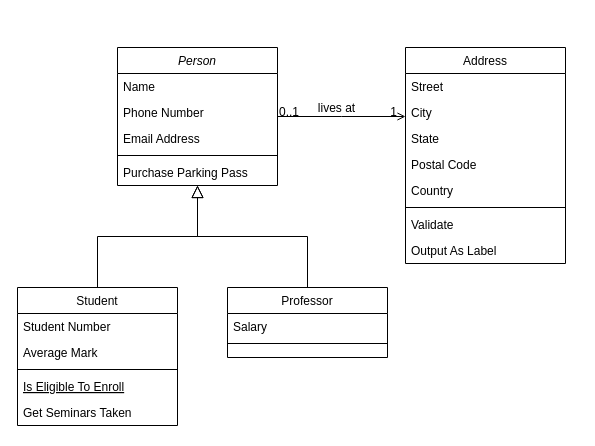
Earlier version of the draw.io diagram Untitled Diagram.drawio (arkonny/projet-c-esiea). Source tidied: cells renumbered, new cells numbered last; positions are measured from the earlier drawing's top-left corner, leaving out a move shared by most shapes. Both pictures are drawn from the tidied source at 100%, with x=0, y=0 at pixel (17, 47).
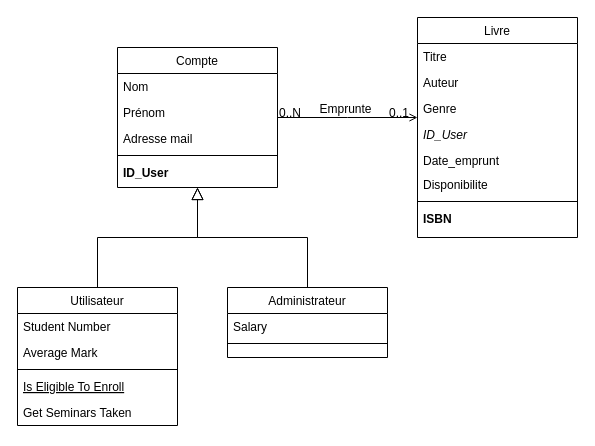
The same page after the edit.

Unchanged cells that the change refers to:
```xml
<mxCell id="28" style="endArrow=open;shadow=0;strokeWidth=1;rounded=0;endFill=1;edgeStyle=elbowEdgeStyle;elbow=vertical;" parent="1" edge="1" source="2" target="19">
  <mxGeometry x="0.5" y="41" relative="1" as="geometry">
    <mxPoint x="-40" y="32" as="offset" />
  </mxGeometry>
</mxCell>
```

Change to the diagram source:
```diff
@@
-    <mxCell id="2" value="Person" style="swimlane;fontStyle=2;align=center;verticalAlign=top;horizontal=1;startSize=26;rounded=0;shadow=0;strokeWidth=1;" parent="1" vertex="1">
-      <mxGeometry x="100" width="160" height="138" as="geometry" />
+    <mxCell id="2" value="Compte" style="swimlane;fontStyle=0;align=center;verticalAlign=top;horizontal=1;startSize=26;rounded=0;shadow=0;strokeWidth=1;" parent="1" vertex="1">
+      <mxGeometry x="100" width="160" height="140" as="geometry" />
     </mxCell>
-    <mxCell id="3" value="Name" style="text;align=left;verticalAlign=top;spacingLeft=4;spacingRight=4;overflow=hidden;" parent="2" vertex="1">
+    <mxCell id="3" value="Nom" style="text;align=left;verticalAlign=top;spacingLeft=4;spacingRight=4;overflow=hidden;" parent="2" vertex="1">
       <mxGeometry y="26" width="160" height="26" as="geometry" />
     </mxCell>
-    <mxCell id="4" value="Phone Number" style="text;align=left;verticalAlign=top;spacingLeft=4;spacingRight=4;overflow=hidden;rounded=0;shadow=0;html=0;" parent="2" vertex="1">
+    <mxCell id="4" value="Prénom" style="text;align=left;verticalAlign=top;spacingLeft=4;spacingRight=4;overflow=hidden;rounded=0;shadow=0;html=0;" parent="2" vertex="1">
       <mxGeometry y="52" width="160" height="26" as="geometry" />
     </mxCell>
-    <mxCell id="5" value="Email Address" style="text;align=left;verticalAlign=top;spacingLeft=4;spacingRight=4;overflow=hidden;rounded=0;shadow=0;html=0;" parent="2" vertex="1">
+    <mxCell id="5" value="Adresse mail" style="text;align=left;verticalAlign=top;spacingLeft=4;spacingRight=4;overflow=hidden;rounded=0;shadow=0;html=0;" parent="2" vertex="1">
       <mxGeometry y="78" width="160" height="26" as="geometry" />
     </mxCell>
@@
-    <mxCell id="7" value="Purchase Parking Pass" style="text;align=left;verticalAlign=top;spacingLeft=4;spacingRight=4;overflow=hidden;" parent="2" vertex="1">
+    <mxCell id="7" value="ID_User" style="text;align=left;verticalAlign=top;spacingLeft=4;spacingRight=4;overflow=hidden;fontStyle=1;" parent="2" vertex="1">
       <mxGeometry y="112" width="160" height="26" as="geometry" />
     </mxCell>
-    <mxCell id="8" value="Student" style="swimlane;fontStyle=0;align=center;verticalAlign=top;horizontal=1;startSize=26;rounded=0;shadow=0;strokeWidth=1;" parent="1" vertex="1">
+    <mxCell id="8" value="Utilisateur" style="swimlane;fontStyle=0;align=center;verticalAlign=top;horizontal=1;startSize=26;rounded=0;shadow=0;strokeWidth=1;" parent="1" vertex="1">
       <mxGeometry y="240" width="160" height="138" as="geometry" />
     </mxCell>
@@
-    <mxCell id="15" value="Professor" style="swimlane;fontStyle=0;align=center;verticalAlign=top;horizontal=1;startSize=26;rounded=0;shadow=0;strokeWidth=1;" parent="1" vertex="1">
+    <mxCell id="15" value="Administrateur" style="swimlane;fontStyle=0;align=center;verticalAlign=top;horizontal=1;startSize=26;rounded=0;shadow=0;strokeWidth=1;" parent="1" vertex="1">
       <mxGeometry x="210" y="240" width="160" height="70" as="geometry" />
     </mxCell>
@@
-    <mxCell id="19" value="Address" style="swimlane;fontStyle=0;align=center;verticalAlign=top;horizontal=1;startSize=26;rounded=0;shadow=0;strokeWidth=1;" parent="1" vertex="1">
-      <mxGeometry x="388" width="160" height="216" as="geometry" />
+    <mxCell id="19" value="Livre" style="swimlane;fontStyle=0;align=center;verticalAlign=top;horizontal=1;startSize=26;rounded=0;shadow=0;strokeWidth=1;" parent="1" vertex="1">
+      <mxGeometry x="400" y="-30" width="160" height="220" as="geometry" />
     </mxCell>
-    <mxCell id="20" value="Street" style="text;align=left;verticalAlign=top;spacingLeft=4;spacingRight=4;overflow=hidden;" parent="19" vertex="1">
+    <mxCell id="20" value="Titre" style="text;align=left;verticalAlign=top;spacingLeft=4;spacingRight=4;overflow=hidden;" parent="19" vertex="1">
       <mxGeometry y="26" width="160" height="26" as="geometry" />
     </mxCell>
-    <mxCell id="21" value="City" style="text;align=left;verticalAlign=top;spacingLeft=4;spacingRight=4;overflow=hidden;rounded=0;shadow=0;html=0;" parent="19" vertex="1">
+    <mxCell id="21" value="Auteur" style="text;align=left;verticalAlign=top;spacingLeft=4;spacingRight=4;overflow=hidden;rounded=0;shadow=0;html=0;" parent="19" vertex="1">
       <mxGeometry y="52" width="160" height="26" as="geometry" />
     </mxCell>
-    <mxCell id="22" value="State" style="text;align=left;verticalAlign=top;spacingLeft=4;spacingRight=4;overflow=hidden;rounded=0;shadow=0;html=0;" parent="19" vertex="1">
-      <mxGeometry y="78" width="160" height="26" as="geometry" />
-    </mxCell>
-    <mxCell id="23" value="Postal Code" style="text;align=left;verticalAlign=top;spacingLeft=4;spacingRight=4;overflow=hidden;rounded=0;shadow=0;html=0;" parent="19" vertex="1">
-      <mxGeometry y="104" width="160" height="26" as="geometry" />
+    <mxCell id="23" value="Genre" style="text;align=left;verticalAlign=top;spacingLeft=4;spacingRight=4;overflow=hidden;rounded=0;shadow=0;html=0;" parent="19" vertex="1">
+      <mxGeometry y="78" width="160" height="26" as="geometry" />
     </mxCell>
-    <mxCell id="24" value="Country" style="text;align=left;verticalAlign=top;spacingLeft=4;spacingRight=4;overflow=hidden;rounded=0;shadow=0;html=0;" parent="19" vertex="1">
-      <mxGeometry y="130" width="160" height="26" as="geometry" />
+    <mxCell id="24" value="ID_User" style="text;align=left;verticalAlign=top;spacingLeft=4;spacingRight=4;overflow=hidden;rounded=0;shadow=0;html=0;fontStyle=2;" parent="19" vertex="1">
+      <mxGeometry y="104" width="160" height="26" as="geometry" />
     </mxCell>
-    <mxCell id="25" style="line;html=1;strokeWidth=1;align=left;verticalAlign=middle;spacingTop=-1;spacingLeft=3;spacingRight=3;labelPosition=right;" parent="19" vertex="1">
-      <mxGeometry y="156" width="160" height="8" as="geometry" />
-    </mxCell>
-    <mxCell id="26" value="Validate" style="text;align=left;verticalAlign=top;spacingLeft=4;spacingRight=4;overflow=hidden;" parent="19" vertex="1">
-      <mxGeometry y="164" width="160" height="26" as="geometry" />
-    </mxCell>
-    <mxCell id="27" value="Output As Label" style="text;align=left;verticalAlign=top;spacingLeft=4;spacingRight=4;overflow=hidden;" parent="19" vertex="1">
-      <mxGeometry y="190" width="160" height="26" as="geometry" />
-    </mxCell>
+    <mxCell id="32" value="Date_emprunt" style="text;align=left;verticalAlign=top;spacingLeft=4;spacingRight=4;overflow=hidden;rounded=0;shadow=0;html=0;" parent="19" vertex="1">
+      <mxGeometry y="130" width="160" height="24" as="geometry" />
+    </mxCell>
+    <mxCell id="33" value="Disponibilite" style="text;align=left;verticalAlign=top;spacingLeft=4;spacingRight=4;overflow=hidden;rounded=0;shadow=0;html=0;" parent="19" vertex="1">
+      <mxGeometry y="154" width="160" height="24" as="geometry" />
+    </mxCell>
@@
-    <mxCell id="29" value="0..1" style="align=left;verticalAlign=bottom;labelBackgroundColor=none;fontSize=12;" parent="28" vertex="1">
+    <mxCell id="29" value="0..N" style="align=left;verticalAlign=bottom;labelBackgroundColor=none;fontSize=12;" parent="28" vertex="1">
       <mxGeometry x="-1" relative="1" as="geometry">
         <mxPoint y="4" as="offset" />
       </mxGeometry>
     </mxCell>
-    <mxCell id="30" value="1" style="align=right;verticalAlign=bottom;labelBackgroundColor=none;fontSize=12;" parent="28" vertex="1">
+    <mxCell id="30" value="0..1" style="align=right;verticalAlign=bottom;labelBackgroundColor=none;fontSize=12;" parent="28" vertex="1">
       <mxGeometry x="1" relative="1" as="geometry">
         <mxPoint x="-7" y="4" as="offset" />
       </mxGeometry>
     </mxCell>
-    <mxCell id="31" value="lives at" style="text;html=1;align=center;verticalAlign=middle;labelBackgroundColor=none;rounded=0;shadow=0;strokeWidth=1;fontSize=12;" parent="28" vertex="1">
+    <mxCell id="31" value="Emprunte" style="text;html=1;align=center;verticalAlign=middle;labelBackgroundColor=none;rounded=0;shadow=0;strokeWidth=1;fontSize=12;" parent="28" vertex="1">
       <mxGeometry x="0.5" y="49" relative="1" as="geometry">
         <mxPoint x="-38" y="40" as="offset" />
       </mxGeometry>
     </mxCell>
+    <mxCell id="25" style="line;html=1;strokeWidth=1;align=left;verticalAlign=middle;spacingTop=-1;spacingLeft=3;spacingRight=3;labelPosition=right;" parent="1" vertex="1">
+      <mxGeometry x="400" y="150" width="160" height="8" as="geometry" />
+    </mxCell>
+    <mxCell id="22" value="ISBN" style="text;align=left;verticalAlign=top;spacingLeft=4;spacingRight=4;overflow=hidden;rounded=0;shadow=0;html=0;fontStyle=1;" parent="1" vertex="1">
+      <mxGeometry x="400" y="158" width="160" height="26" as="geometry" />
+    </mxCell>
```
